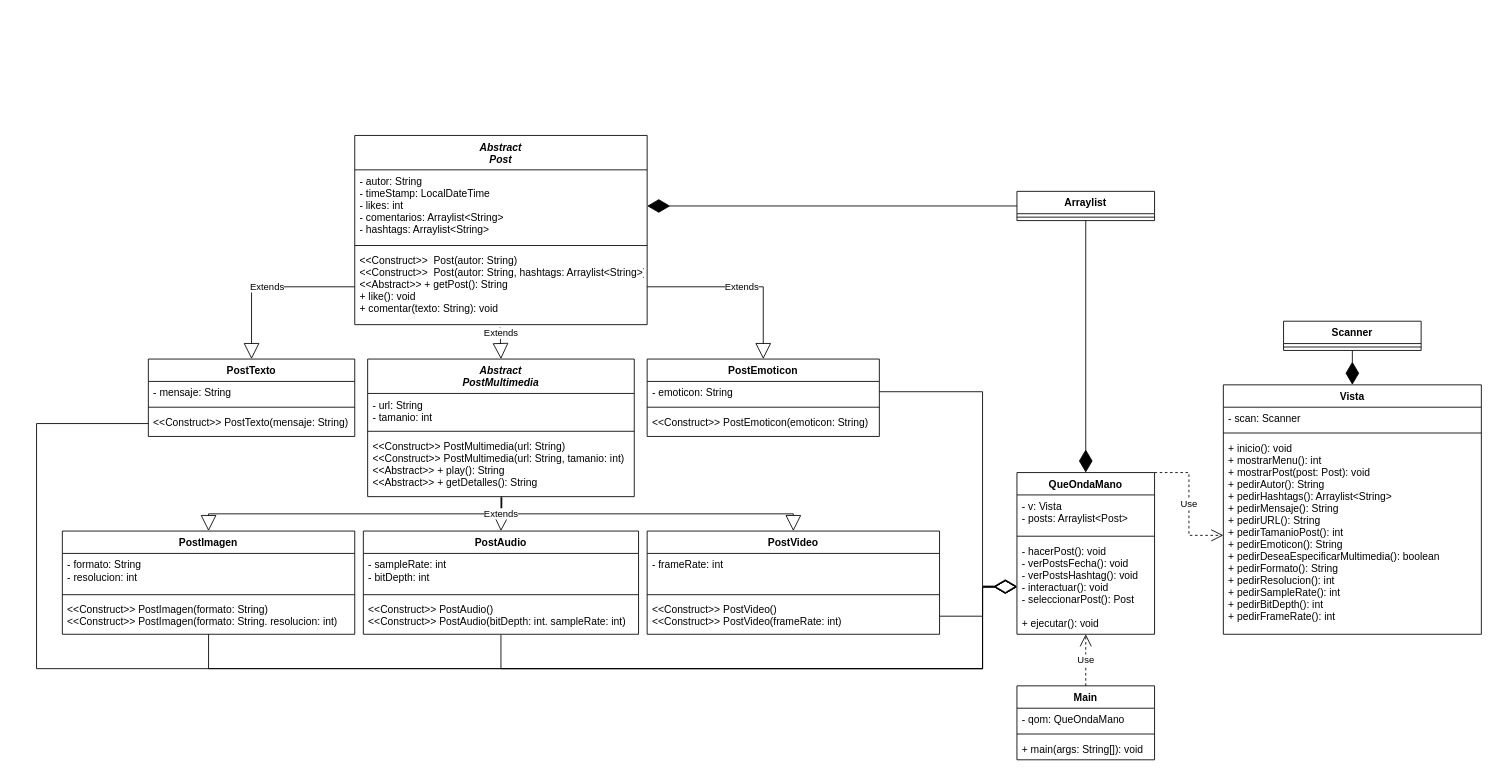
Earlier version of the draw.io diagram Disenio/QueOndaMano.drawio (FranzCastillo-zz/QueOndaMano). Source tidied: cells renumbered, new cells numbered last; positions are measured from the earlier drawing's top-left corner, leaving out a move shared by most shapes. Both pictures are drawn from the tidied source at 86%, with x=0, y=0 at pixel (36, 135).
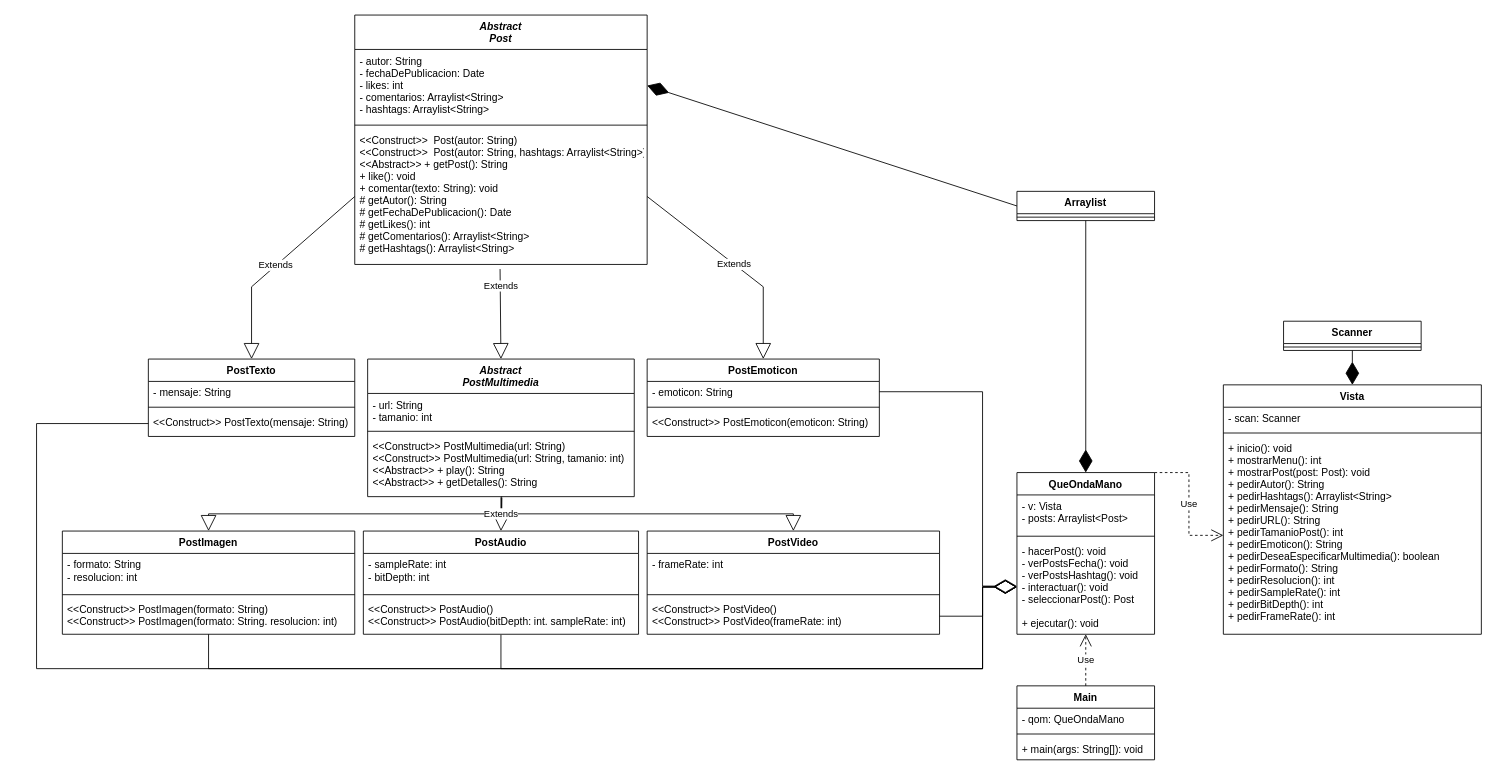
After the change.

Commit message (it also covers changes not shown here):
Implementacion Post Emoticon

Change to the diagram source:
```diff
@@
     <mxCell id="6" value="Abstract&#10;Post" style="swimlane;fontStyle=3;align=center;verticalAlign=top;horizontal=1;startSize=40;" parent="1" vertex="1">
-      <mxGeometry x="370" width="340" height="220" as="geometry" />
+      <mxGeometry x="370" y="-140" width="340" height="290" as="geometry" />
     </mxCell>
-    <mxCell id="7" value="- autor: String&#10;- timeStamp: LocalDateTime&#10;- likes: int&#10;- comentarios: Arraylist&lt;String&gt;&#10;- hashtags: Arraylist&lt;String&gt;" style="text;strokeColor=none;fillColor=none;align=left;verticalAlign=top;spacingLeft=4;spacingRight=4;overflow=hidden;points=[[0,0.5],[1,0.5]];portConstraint=eastwest;" parent="6" vertex="1">
+    <mxCell id="7" value="- autor: String&#10;- fechaDePublicacion: Date&#10;- likes: int&#10;- comentarios: Arraylist&lt;String&gt;&#10;- hashtags: Arraylist&lt;String&gt;" style="text;strokeColor=none;fillColor=none;align=left;verticalAlign=top;spacingLeft=4;spacingRight=4;overflow=hidden;points=[[0,0.5],[1,0.5]];portConstraint=eastwest;" parent="6" vertex="1">
       <mxGeometry y="40" width="340" height="84" as="geometry" />
     </mxCell>
@@
-    <mxCell id="9" value="&lt;&lt;Construct&gt;&gt;  Post(autor: String)&#10;&lt;&lt;Construct&gt;&gt;  Post(autor: String, hashtags: Arraylist&lt;String&gt;)&#10;&lt;&lt;Abstract&gt;&gt; + getPost(): String&#10;+ like(): void&#10;+ comentar(texto: String): void&#10;" style="text;strokeColor=none;fillColor=none;align=left;verticalAlign=top;spacingLeft=4;spacingRight=4;overflow=hidden;points=[[0,0.5],[1,0.5]];portConstraint=eastwest;" parent="6" vertex="1">
-      <mxGeometry y="132" width="340" height="88" as="geometry" />
+    <mxCell id="9" value="&lt;&lt;Construct&gt;&gt;  Post(autor: String)&#10;&lt;&lt;Construct&gt;&gt;  Post(autor: String, hashtags: Arraylist&lt;String&gt;)&#10;&lt;&lt;Abstract&gt;&gt; + getPost(): String&#10;+ like(): void&#10;+ comentar(texto: String): void&#10;# getAutor(): String&#10;# getFechaDePublicacion(): Date&#10;# getLikes(): int&#10;# getComentarios(): Arraylist&lt;String&gt;&#10;# getHashtags(): Arraylist&lt;String&gt;" style="text;strokeColor=none;fillColor=none;align=left;verticalAlign=top;spacingLeft=4;spacingRight=4;overflow=hidden;points=[[0,0.5],[1,0.5]];portConstraint=eastwest;" parent="6" vertex="1">
+      <mxGeometry y="132" width="340" height="158" as="geometry" />
     </mxCell>
```
